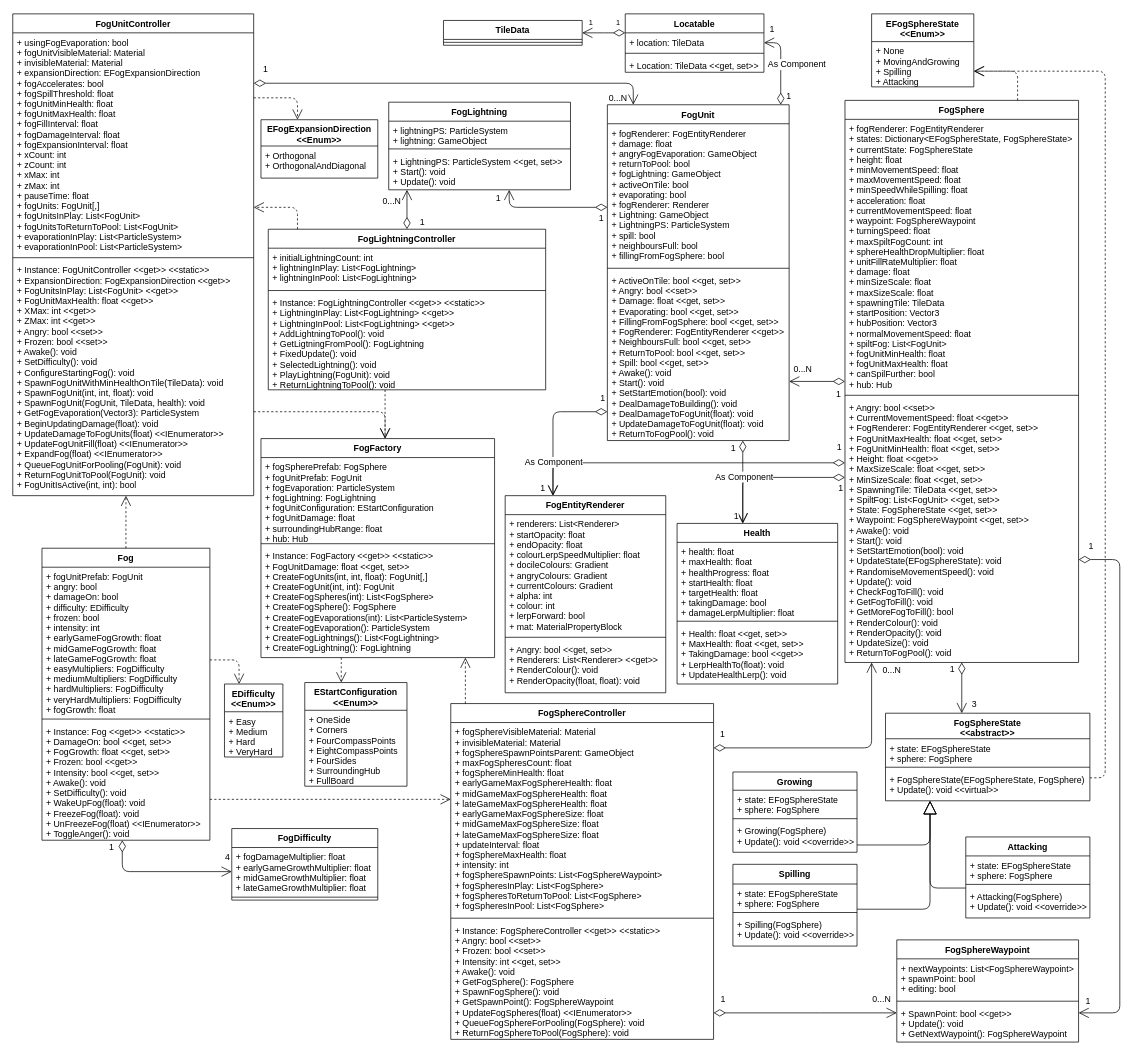
huf0001/COS30031GamesProgramming keeps this draw.io diagram as 31 - DOC - Custom Project D Level/Fog Restructure UML.drawio. Above is the earlier version. Source tidied: cells renumbered, new cells numbered last; positions are measured from the earlier drawing's top-left corner, leaving out a move shared by most shapes. Both pictures are drawn from the tidied source at 73%, with x=0, y=0 at pixel (12, 13).
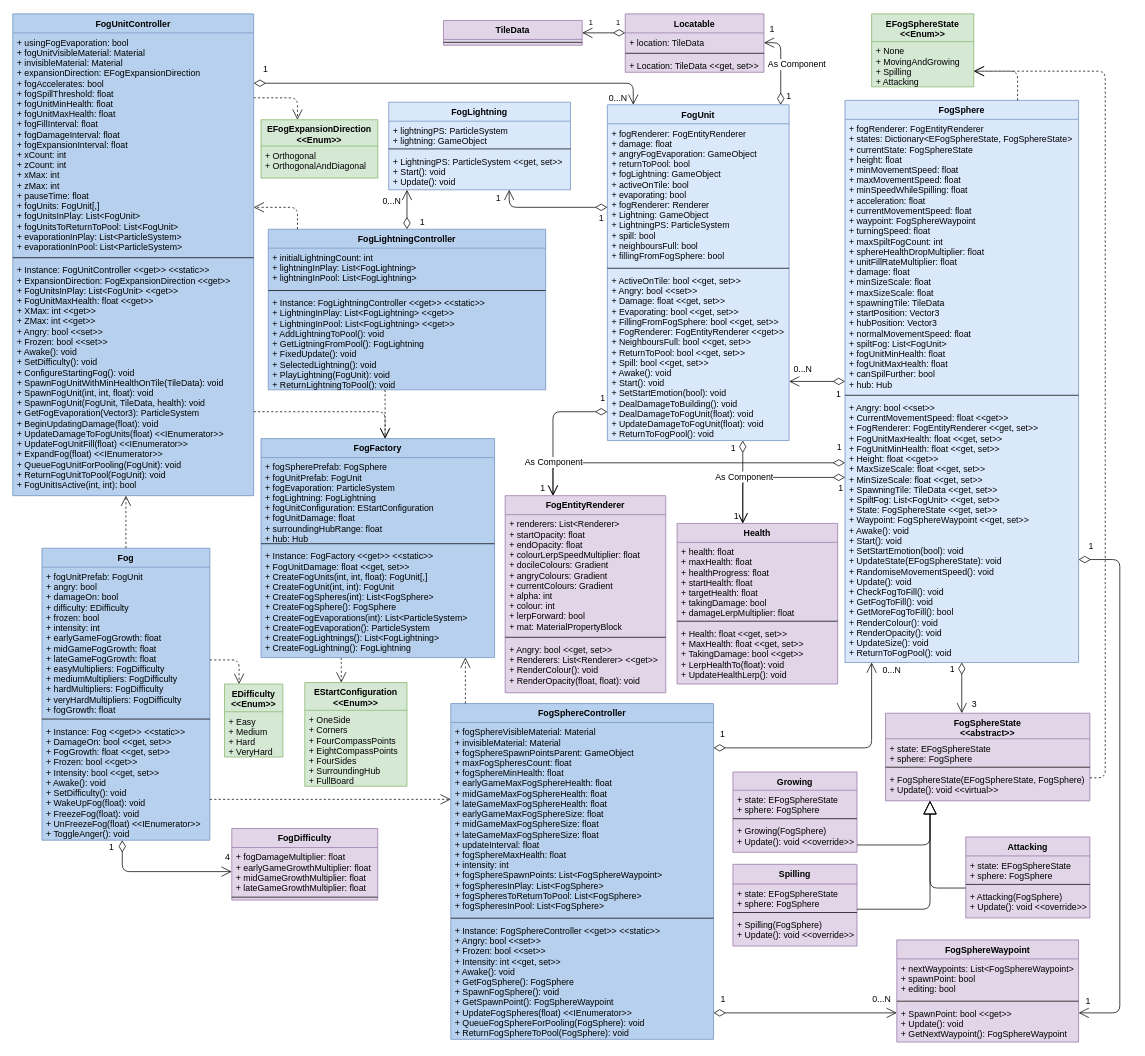
After the change.

What changed in the source:
```diff
@@
-    <mxCell id="2" value="Fog" style="swimlane;fontStyle=1;align=center;verticalAlign=top;horizontal=1;startSize=26;" parent="1" vertex="1">
+    <mxCell id="2" value="Fog" style="swimlane;fontStyle=1;align=center;verticalAlign=top;horizontal=1;startSize=26;fillColor=#B6D0ED;strokeColor=#6c8ebf;swimlaneFillColor=#B6D0ED;" parent="1" vertex="1">
       <mxGeometry x="40" y="732.5" width="230" height="400" as="geometry" />
     </mxCell>
@@
-    <mxCell id="8" value="FogDifficulty" style="swimlane;fontStyle=1;align=center;verticalAlign=top;horizontal=1;startSize=26;" parent="1" vertex="1">
+    <mxCell id="8" value="FogDifficulty" style="swimlane;fontStyle=1;align=center;verticalAlign=top;horizontal=1;startSize=26;swimlaneFillColor=#E1D5E7;fillColor=#e1d5e7;strokeColor=#9673a6;" parent="1" vertex="1">
       <mxGeometry x="300" y="1116.5" width="200" height="98" as="geometry" />
     </mxCell>
@@
-    <mxCell id="11" value="EStartConfiguration &#10;&lt;&lt;Enum&gt;&gt;" style="swimlane;fontStyle=1;align=center;verticalAlign=top;horizontal=1;startSize=38;" parent="1" vertex="1">
+    <mxCell id="11" value="EStartConfiguration &#10;&lt;&lt;Enum&gt;&gt;" style="swimlane;fontStyle=1;align=center;verticalAlign=top;horizontal=1;startSize=38;swimlaneFillColor=#D5E8D4;fillColor=#d5e8d4;strokeColor=#82b366;" parent="1" vertex="1">
       <mxGeometry x="400" y="916.5" width="140" height="142" as="geometry" />
     </mxCell>
@@
-    <mxCell id="13" value="EFogExpansionDirection&#10;&lt;&lt;Enum&gt;&gt;" style="swimlane;fontStyle=1;align=center;verticalAlign=top;horizontal=1;startSize=36;" parent="1" vertex="1">
+    <mxCell id="13" value="EFogExpansionDirection&#10;&lt;&lt;Enum&gt;&gt;" style="swimlane;fontStyle=1;align=center;verticalAlign=top;horizontal=1;startSize=36;swimlaneFillColor=#D5E8D4;fillColor=#d5e8d4;strokeColor=#82b366;" parent="1" vertex="1">
       <mxGeometry x="340" y="145.5" width="160" height="80" as="geometry" />
     </mxCell>
@@
-    <mxCell id="15" value="EDifficulty&#10;&lt;&lt;Enum&gt;&gt;" style="swimlane;fontStyle=1;align=center;verticalAlign=top;horizontal=1;startSize=38;" parent="1" vertex="1">
+    <mxCell id="15" value="EDifficulty&#10;&lt;&lt;Enum&gt;&gt;" style="swimlane;fontStyle=1;align=center;verticalAlign=top;horizontal=1;startSize=38;swimlaneFillColor=#D5E8D4;fillColor=#d5e8d4;strokeColor=#82b366;" parent="1" vertex="1">
       <mxGeometry x="290" y="918.5" width="80" height="100" as="geometry" />
     </mxCell>
@@
-    <mxCell id="17" value="FogUnit" style="swimlane;fontStyle=1;align=center;verticalAlign=top;horizontal=1;startSize=26;" parent="1" vertex="1">
+    <mxCell id="17" value="FogUnit" style="swimlane;fontStyle=1;align=center;verticalAlign=top;horizontal=1;startSize=26;fillColor=#dae8fc;strokeColor=#6c8ebf;swimlaneFillColor=#DAE8FC;" parent="1" vertex="1">
       <mxGeometry x="814.5" y="125" width="249" height="460" as="geometry" />
     </mxCell>
@@
-    <mxCell id="21" value="EFogSphereState&#10;&lt;&lt;Enum&gt;&gt;" style="swimlane;fontStyle=1;align=center;verticalAlign=top;horizontal=1;startSize=38;" parent="1" vertex="1">
+    <mxCell id="21" value="EFogSphereState&#10;&lt;&lt;Enum&gt;&gt;" style="swimlane;fontStyle=1;align=center;verticalAlign=top;horizontal=1;startSize=38;swimlaneFillColor=#D5E8D4;fillColor=#d5e8d4;strokeColor=#82b366;" parent="1" vertex="1">
       <mxGeometry x="1176.5" y="0.5" width="140" height="100" as="geometry" />
     </mxCell>
@@
-    <mxCell id="23" value="FogSphere" style="swimlane;fontStyle=1;align=center;verticalAlign=top;horizontal=1;startSize=26;" parent="1" vertex="1">
+    <mxCell id="23" value="FogSphere" style="swimlane;fontStyle=1;align=center;verticalAlign=top;horizontal=1;startSize=26;fillColor=#dae8fc;strokeColor=#6c8ebf;swimlaneFillColor=#DAE8FC;" parent="1" vertex="1">
       <mxGeometry x="1140" y="119" width="320" height="770" as="geometry" />
     </mxCell>
@@
-    <mxCell id="27" value="Locatable" style="swimlane;fontStyle=1;align=center;verticalAlign=top;horizontal=1;startSize=26;" parent="1" vertex="1">
+    <mxCell id="27" value="Locatable" style="swimlane;fontStyle=1;align=center;verticalAlign=top;horizontal=1;startSize=26;fillColor=#e1d5e7;strokeColor=#9673a6;swimlaneFillColor=#E1D5E7;" parent="1" vertex="1">
       <mxGeometry x="839" y="0.5" width="190" height="80" as="geometry" />
     </mxCell>
@@
-    <mxCell id="31" value="Health" style="swimlane;fontStyle=1;align=center;verticalAlign=top;horizontal=1;startSize=26;" parent="1" vertex="1">
+    <mxCell id="31" value="Health" style="swimlane;fontStyle=1;align=center;verticalAlign=top;horizontal=1;startSize=26;fillColor=#e1d5e7;strokeColor=#9673a6;swimlaneFillColor=#E1D5E7;" parent="1" vertex="1">
       <mxGeometry x="910" y="698.5" width="220" height="220" as="geometry" />
     </mxCell>
@@
-    <mxCell id="35" value="TileData" style="swimlane;fontStyle=1;align=center;verticalAlign=top;horizontal=1;startSize=26;" parent="1" vertex="1">
+    <mxCell id="35" value="TileData" style="swimlane;fontStyle=1;align=center;verticalAlign=top;horizontal=1;startSize=26;fillColor=#e1d5e7;strokeColor=#9673a6;swimlaneFillColor=#E1D5E7;" parent="1" vertex="1">
       <mxGeometry x="590" y="9.5" width="190" height="34" as="geometry" />
     </mxCell>
@@
-    <mxCell id="40" value="FogLightning" style="swimlane;fontStyle=1;align=center;verticalAlign=top;horizontal=1;startSize=26;" parent="1" vertex="1">
+    <mxCell id="40" value="FogLightning" style="swimlane;fontStyle=1;align=center;verticalAlign=top;horizontal=1;startSize=26;fillColor=#dae8fc;strokeColor=#6c8ebf;swimlaneFillColor=#DAE8FC;" parent="1" vertex="1">
       <mxGeometry x="515" y="121.5" width="249" height="120" as="geometry" />
     </mxCell>
@@
-    <mxCell id="59" value="FogSphereWaypoint" style="swimlane;fontStyle=1;align=center;verticalAlign=top;horizontal=1;startSize=26;" parent="1" vertex="1">
+    <mxCell id="59" value="FogSphereWaypoint" style="swimlane;fontStyle=1;align=center;verticalAlign=top;horizontal=1;startSize=26;fillColor=#e1d5e7;strokeColor=#9673a6;swimlaneFillColor=#E1D5E7;" parent="1" vertex="1">
       <mxGeometry x="1211" y="1269" width="249" height="140" as="geometry" />
     </mxCell>
@@
-    <mxCell id="69" value="FogUnitController" style="swimlane;fontStyle=1;align=center;verticalAlign=top;horizontal=1;startSize=26;" parent="1" vertex="1">
+    <mxCell id="69" value="FogUnitController" style="swimlane;fontStyle=1;align=center;verticalAlign=top;horizontal=1;startSize=26;fillColor=#B6D0ED;strokeColor=#6c8ebf;swimlaneFillColor=#B6D0ED;" parent="1" vertex="1">
       <mxGeometry y="0.5" width="330" height="660" as="geometry" />
     </mxCell>
@@
-    <mxCell id="73" value="FogLightningController" style="swimlane;fontStyle=1;align=center;verticalAlign=top;horizontal=1;startSize=26;" parent="1" vertex="1">
+    <mxCell id="73" value="FogLightningController" style="swimlane;fontStyle=1;align=center;verticalAlign=top;horizontal=1;startSize=26;fillColor=#B6D0ED;strokeColor=#6c8ebf;swimlaneFillColor=#B6D0ED;" parent="1" vertex="1">
       <mxGeometry x="350" y="295.5" width="380" height="220" as="geometry" />
     </mxCell>
@@
-    <mxCell id="77" value="FogFactory" style="swimlane;fontStyle=1;align=center;verticalAlign=top;horizontal=1;startSize=26;" parent="1" vertex="1">
+    <mxCell id="77" value="FogFactory" style="swimlane;fontStyle=1;align=center;verticalAlign=top;horizontal=1;startSize=26;swimlaneFillColor=#B6D0ED;fillColor=#B6D0ED;strokeColor=#6c8ebf;" parent="1" vertex="1">
       <mxGeometry x="340" y="582.3" width="320" height="300" as="geometry" />
     </mxCell>
@@
-    <mxCell id="81" value="FogSphereController" style="swimlane;fontStyle=1;align=center;verticalAlign=top;horizontal=1;startSize=26;" parent="1" vertex="1">
+    <mxCell id="81" value="FogSphereController" style="swimlane;fontStyle=1;align=center;verticalAlign=top;horizontal=1;startSize=26;swimlaneFillColor=#B6D0ED;fillColor=#B6D0ED;strokeColor=#6c8ebf;" parent="1" vertex="1">
       <mxGeometry x="600" y="945.3" width="360" height="460" as="geometry" />
     </mxCell>
@@
-    <mxCell id="112" value="FogEntityRenderer" style="swimlane;fontStyle=1;align=center;verticalAlign=top;horizontal=1;startSize=26;" parent="1" vertex="1">
+    <mxCell id="112" value="FogEntityRenderer" style="swimlane;fontStyle=1;align=center;verticalAlign=top;horizontal=1;startSize=26;fillColor=#e1d5e7;strokeColor=#9673a6;swimlaneFillColor=#E1D5E7;" parent="1" vertex="1">
       <mxGeometry x="674.5" y="660.5" width="220" height="270" as="geometry" />
     </mxCell>
@@
-    <mxCell id="132" value="FogSphereState&#10;&lt;&lt;abstract&gt;&gt;" style="swimlane;fontStyle=1;align=center;verticalAlign=top;horizontal=1;startSize=35;" parent="1" vertex="1">
+    <mxCell id="132" value="FogSphereState&#10;&lt;&lt;abstract&gt;&gt;" style="swimlane;fontStyle=1;align=center;verticalAlign=top;horizontal=1;startSize=35;fillColor=#e1d5e7;strokeColor=#9673a6;swimlaneFillColor=#E1D5E7;" parent="1" vertex="1">
       <mxGeometry x="1195.5" y="958.5" width="280" height="120" as="geometry" />
     </mxCell>
@@
-    <mxCell id="136" value="Growing" style="swimlane;fontStyle=1;align=center;verticalAlign=top;horizontal=1;startSize=25;" parent="1" vertex="1">
+    <mxCell id="136" value="Growing" style="swimlane;fontStyle=1;align=center;verticalAlign=top;horizontal=1;startSize=25;fillColor=#e1d5e7;strokeColor=#9673a6;swimlaneFillColor=#E1D5E7;" parent="1" vertex="1">
       <mxGeometry x="986.5" y="1039" width="170" height="110" as="geometry" />
     </mxCell>
@@
-    <mxCell id="140" value="Spilling" style="swimlane;fontStyle=1;align=center;verticalAlign=top;horizontal=1;startSize=27;" parent="1" vertex="1">
+    <mxCell id="140" value="Spilling" style="swimlane;fontStyle=1;align=center;verticalAlign=top;horizontal=1;startSize=27;fillColor=#e1d5e7;strokeColor=#9673a6;swimlaneFillColor=#E1D5E7;" parent="1" vertex="1">
       <mxGeometry x="986.5" y="1165.5" width="170" height="112" as="geometry" />
     </mxCell>
@@
-    <mxCell id="144" value="Attacking" style="swimlane;fontStyle=1;align=center;verticalAlign=top;horizontal=1;startSize=26;" parent="1" vertex="1">
+    <mxCell id="144" value="Attacking" style="swimlane;fontStyle=1;align=center;verticalAlign=top;horizontal=1;startSize=26;fillColor=#e1d5e7;strokeColor=#9673a6;swimlaneFillColor=#E1D5E7;" parent="1" vertex="1">
       <mxGeometry x="1305.5" y="1128" width="170" height="111" as="geometry" />
     </mxCell>
```
